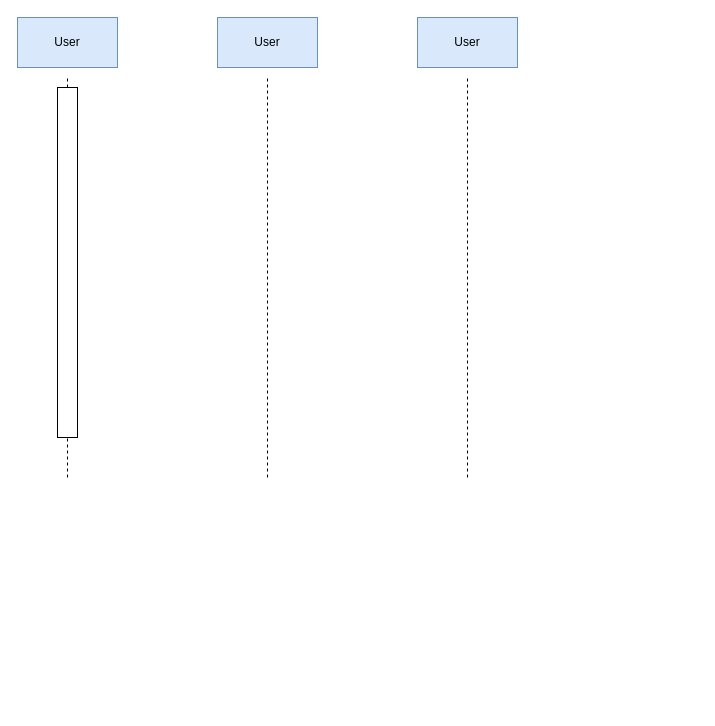
Earlier version of the draw.io diagram Sequenzdiagramm.drawio (Cervisiomatisch/SpringBoot_UserManagement). Source tidied: cells renumbered, new cells numbered last; positions are measured from the earlier drawing's top-left corner, leaving out a move shared by most shapes. Both pictures are drawn from the tidied source at 100%, with x=0, y=0 at pixel (17, 17).
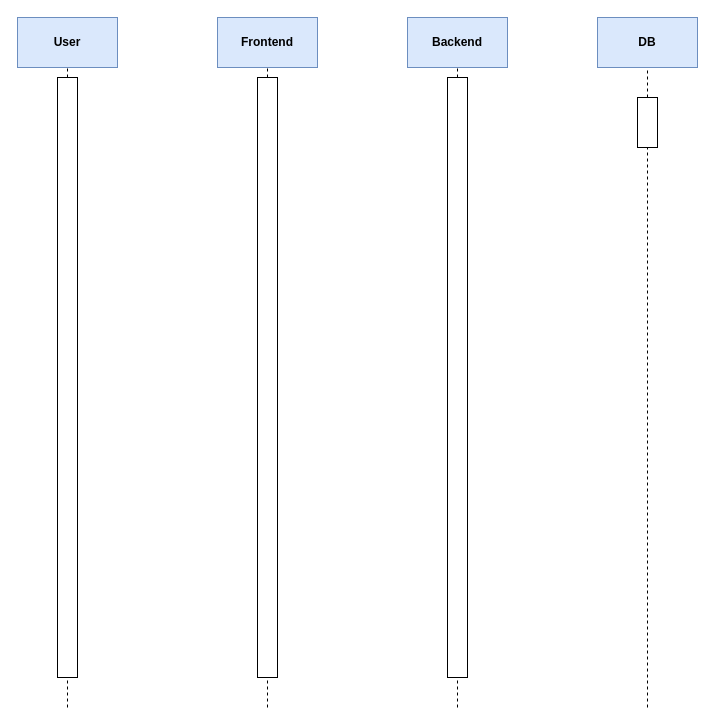
After the change.

Change to the diagram source:
```diff
@@
 <mxGraphModel>
   <root>
     <mxCell id="0" />
     <mxCell id="1" parent="0" />
     <mxCell id="2" style="endArrow=none;dashed=1;html=1;rounded=0;" parent="1" edge="1" source="9">
       <mxGeometry relative="1" as="geometry">
-        <mxPoint x="50" y="60" as="targetPoint" />
+        <mxPoint x="50" y="50" as="targetPoint" />
       </mxGeometry>
     </mxCell>
-    <mxCell id="3" style="endArrow=none;dashed=1;html=1;rounded=0;" parent="1" edge="1">
-      <mxGeometry relative="1" as="geometry">
-        <mxPoint x="250" y="460" as="sourcePoint" />
-        <mxPoint x="250" y="60" as="targetPoint" />
-      </mxGeometry>
-    </mxCell>
-    <mxCell id="4" style="endArrow=none;dashed=1;html=1;rounded=0;" parent="1" edge="1">
-      <mxGeometry relative="1" as="geometry">
-        <mxPoint x="450" y="460" as="sourcePoint" />
-        <mxPoint x="450" y="60" as="targetPoint" />
-      </mxGeometry>
-    </mxCell>
-    <mxCell id="5" value="User" style="rounded=0;whiteSpace=wrap;html=1;fillColor=#dae8fc;strokeColor=#6c8ebf;" parent="1" vertex="1">
+    <mxCell id="5" value="&lt;b&gt;User&lt;/b&gt;" style="rounded=0;whiteSpace=wrap;html=1;fillColor=#dae8fc;strokeColor=#6c8ebf;" parent="1" vertex="1">
       <mxGeometry width="100" height="50" as="geometry" />
     </mxCell>
-    <mxCell id="6" value="User" style="rounded=0;whiteSpace=wrap;html=1;fillColor=#dae8fc;strokeColor=#6c8ebf;" parent="1" vertex="1">
+    <mxCell id="6" value="&lt;b&gt;Frontend&lt;/b&gt;" style="rounded=0;whiteSpace=wrap;html=1;fillColor=#dae8fc;strokeColor=#6c8ebf;" parent="1" vertex="1">
       <mxGeometry x="200" width="100" height="50" as="geometry" />
     </mxCell>
-    <mxCell id="7" value="User" style="rounded=0;whiteSpace=wrap;html=1;fillColor=#dae8fc;strokeColor=#6c8ebf;" parent="1" vertex="1">
-      <mxGeometry x="400" width="100" height="50" as="geometry" />
-    </mxCell>
     <mxCell id="8" style="endArrow=none;dashed=1;html=1;rounded=0;" parent="1" edge="1" target="9">
       <mxGeometry relative="1" as="geometry">
-        <mxPoint x="50" y="460" as="sourcePoint" />
+        <mxPoint x="50" y="690" as="sourcePoint" />
       </mxGeometry>
     </mxCell>
     <mxCell id="9" style="rounded=0;whiteSpace=wrap;html=1;" parent="1" vertex="1">
-      <mxGeometry x="40" y="70" width="20" height="350" as="geometry" />
+      <mxGeometry x="40" y="60" width="20" height="600" as="geometry" />
     </mxCell>
+    <mxCell id="10" style="endArrow=none;dashed=1;html=1;rounded=0;" parent="1" edge="1" target="6">
+      <mxGeometry relative="1" as="geometry">
+        <mxPoint x="250" y="690" as="sourcePoint" />
+      </mxGeometry>
+    </mxCell>
+    <mxCell id="11" style="rounded=0;whiteSpace=wrap;html=1;" parent="1" vertex="1">
+      <mxGeometry x="240" y="60" width="20" height="600" as="geometry" />
+    </mxCell>
+    <mxCell id="12" value="Backend" style="rounded=0;whiteSpace=wrap;html=1;fillColor=#dae8fc;strokeColor=#6c8ebf;fontStyle=1;" parent="1" vertex="1">
+      <mxGeometry x="390" width="100" height="50" as="geometry" />
+    </mxCell>
+    <mxCell id="13" style="endArrow=none;dashed=1;html=1;rounded=0;fontStyle=1;" parent="1" edge="1" target="12">
+      <mxGeometry relative="1" as="geometry">
+        <mxPoint x="440" y="690" as="sourcePoint" />
+      </mxGeometry>
+    </mxCell>
+    <mxCell id="14" style="rounded=0;whiteSpace=wrap;html=1;fontStyle=1;" parent="1" vertex="1">
+      <mxGeometry x="430" y="60" width="20" height="600" as="geometry" />
+    </mxCell>
+    <mxCell id="15" value="&lt;b&gt;DB&lt;/b&gt;" style="rounded=0;whiteSpace=wrap;html=1;fillColor=#dae8fc;strokeColor=#6c8ebf;" parent="1" vertex="1">
+      <mxGeometry x="580" width="100" height="50" as="geometry" />
+    </mxCell>
+    <mxCell id="16" style="endArrow=none;dashed=1;html=1;rounded=0;" parent="1" edge="1" source="18" target="15">
+      <mxGeometry relative="1" as="geometry" />
+    </mxCell>
+    <mxCell id="17" style="endArrow=none;dashed=1;html=1;rounded=0;" parent="1" edge="1" target="18">
+      <mxGeometry relative="1" as="geometry">
+        <mxPoint x="630" y="690" as="sourcePoint" />
+      </mxGeometry>
+    </mxCell>
+    <mxCell id="18" style="rounded=0;whiteSpace=wrap;html=1;" parent="1" vertex="1">
+      <mxGeometry x="620" y="80" width="20" height="50" as="geometry" />
+    </mxCell>
   </root>
 </mxGraphModel>
```
